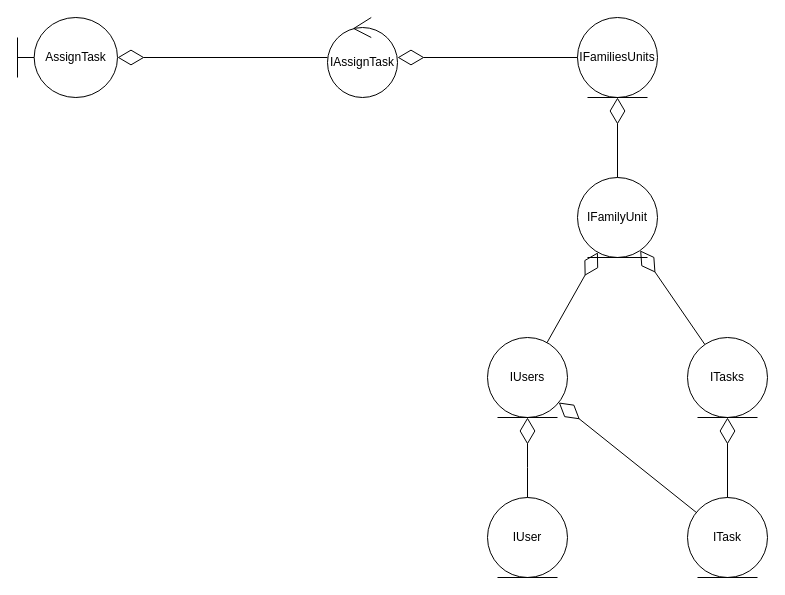
avillanuevao/PlanningTask keeps this draw.io diagram as page "AssignTask" (5 of 8) of taskPlanning/planningTaskRenovate.drawio. Above is the earlier version. Source tidied: cells renumbered, new cells numbered last; positions are measured from the earlier drawing's top-left corner, leaving out a move shared by most shapes. Both pictures are drawn from the tidied source at 100%, with x=0, y=0 at pixel (17, 17).
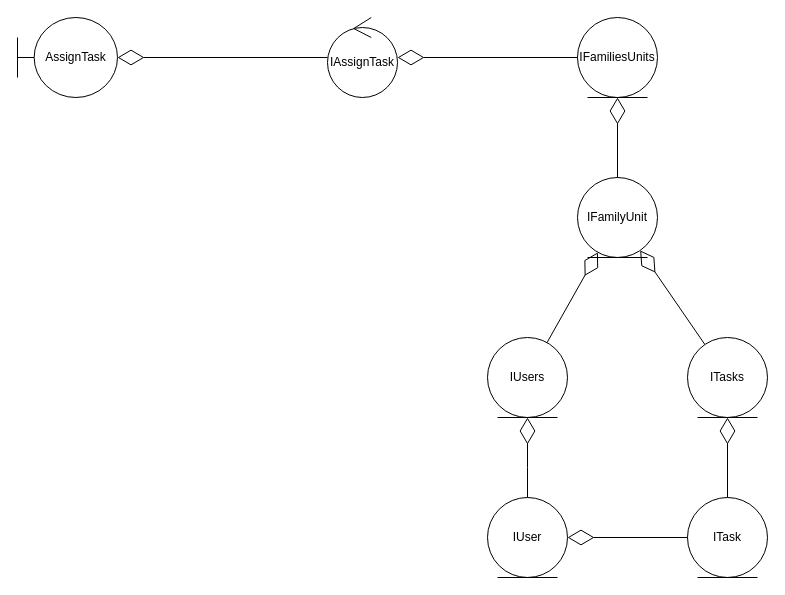
The same diagram, later.

What changed in the source:
```diff
@@
 <mxGraphModel>
   <root>
     <mxCell id="0" />
     <mxCell id="1" parent="0" />
     <mxCell id="2" value="AssignTask" style="shape=umlBoundary;whiteSpace=wrap;html=1;" parent="1" vertex="1">
       <mxGeometry width="100" height="80" as="geometry" />
     </mxCell>
     <mxCell id="3" value="IAssignTask" style="ellipse;shape=umlControl;whiteSpace=wrap;html=1;" parent="1" vertex="1">
       <mxGeometry x="310" width="70" height="80" as="geometry" />
     </mxCell>
     <mxCell id="4" value="IFamiliesUnits" style="ellipse;shape=umlEntity;whiteSpace=wrap;html=1;" parent="1" vertex="1">
       <mxGeometry x="560" width="80" height="80" as="geometry" />
     </mxCell>
     <mxCell id="5" style="endArrow=diamondThin;endFill=0;endSize=24;html=1;rounded=0;" parent="1" edge="1" source="3" target="2">
       <mxGeometry relative="1" as="geometry" />
     </mxCell>
     <mxCell id="6" style="endArrow=diamondThin;endFill=0;endSize=24;html=1;rounded=0;" parent="1" edge="1" source="4" target="3">
       <mxGeometry relative="1" as="geometry" />
     </mxCell>
     <mxCell id="7" value="IFamilyUnit" style="ellipse;shape=umlEntity;whiteSpace=wrap;html=1;" parent="1" vertex="1">
       <mxGeometry x="560" y="160" width="80" height="80" as="geometry" />
     </mxCell>
     <mxCell id="8" style="endArrow=diamondThin;endFill=0;endSize=24;html=1;rounded=0;" parent="1" edge="1" source="7" target="4">
       <mxGeometry relative="1" as="geometry" />
     </mxCell>
     <mxCell id="9" value="IUsers" style="ellipse;shape=umlEntity;whiteSpace=wrap;html=1;" parent="1" vertex="1">
       <mxGeometry x="470" y="320" width="80" height="80" as="geometry" />
     </mxCell>
     <mxCell id="10" value="ITasks" style="ellipse;shape=umlEntity;whiteSpace=wrap;html=1;" parent="1" vertex="1">
       <mxGeometry x="670" y="320" width="80" height="80" as="geometry" />
     </mxCell>
     <mxCell id="11" value="IUser" style="ellipse;shape=umlEntity;whiteSpace=wrap;html=1;" parent="1" vertex="1">
       <mxGeometry x="470" y="480" width="80" height="80" as="geometry" />
     </mxCell>
     <mxCell id="12" value="ITask" style="ellipse;shape=umlEntity;whiteSpace=wrap;html=1;" parent="1" vertex="1">
       <mxGeometry x="670" y="480" width="80" height="80" as="geometry" />
     </mxCell>
     <mxCell id="13" style="endArrow=diamondThin;endFill=0;endSize=24;html=1;rounded=0;" parent="1" edge="1" source="9" target="7">
       <mxGeometry relative="1" as="geometry" />
     </mxCell>
     <mxCell id="14" style="endArrow=diamondThin;endFill=0;endSize=24;html=1;rounded=0;" parent="1" edge="1" source="11" target="9">
       <mxGeometry relative="1" as="geometry">
         <Array as="points">
           <mxPoint x="510" y="450" />
         </Array>
       </mxGeometry>
     </mxCell>
     <mxCell id="15" style="endArrow=diamondThin;endFill=0;endSize=24;html=1;rounded=0;" parent="1" edge="1" source="10" target="7">
       <mxGeometry relative="1" as="geometry" />
     </mxCell>
     <mxCell id="16" style="endArrow=diamondThin;endFill=0;endSize=24;html=1;rounded=0;" parent="1" edge="1" source="12" target="10">
       <mxGeometry relative="1" as="geometry" />
     </mxCell>
-    <mxCell id="17" style="endArrow=diamondThin;endFill=0;endSize=24;html=1;rounded=0;" parent="1" edge="1" source="12" target="9">
+    <mxCell id="17" style="endArrow=diamondThin;endFill=0;endSize=24;html=1;rounded=0;" parent="1" edge="1" source="12" target="11">
       <mxGeometry relative="1" as="geometry" />
     </mxCell>
   </root>
 </mxGraphModel>
```
